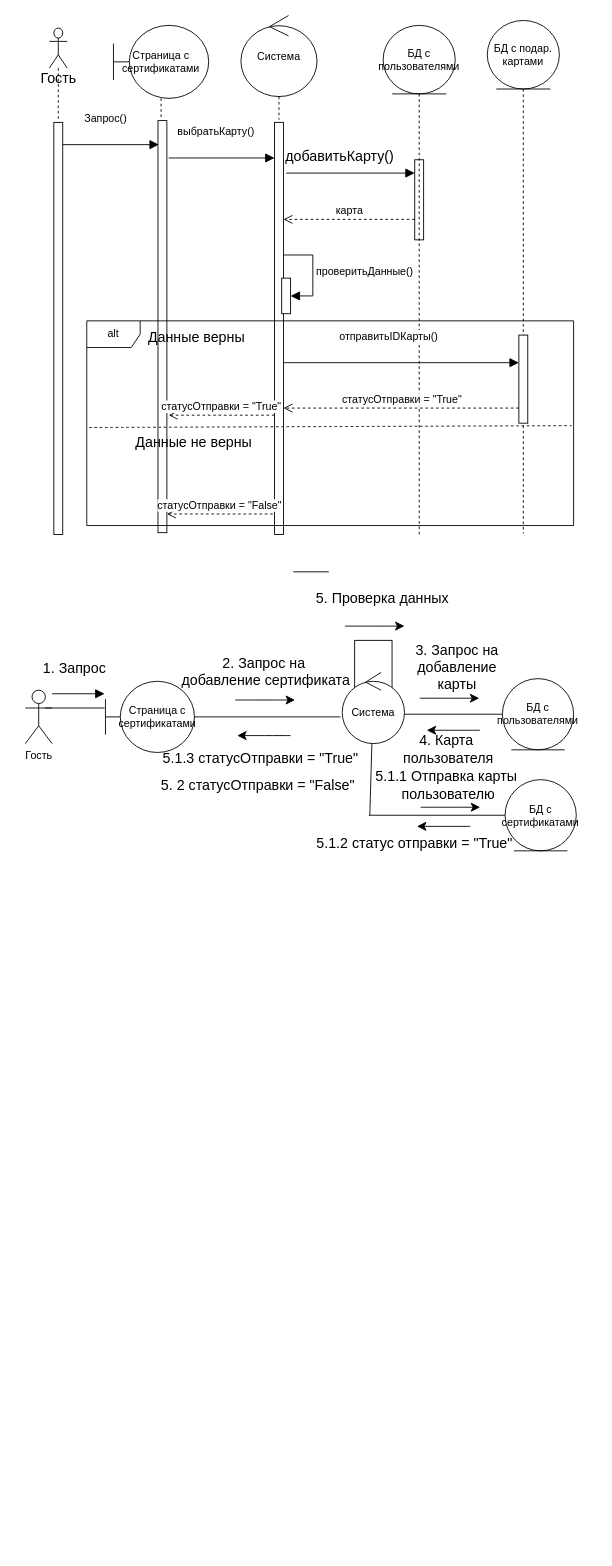
Above: Диаграмма практика 4.drawio in danaddi/draw.io (draw.io), before the change. Source tidied: cells renumbered, new cells numbered last; positions are measured from the earlier drawing's top-left corner, leaving out a move shared by most shapes. Both pictures are drawn from the tidied source at 89%, with x=0, y=0 at pixel (25, 15).
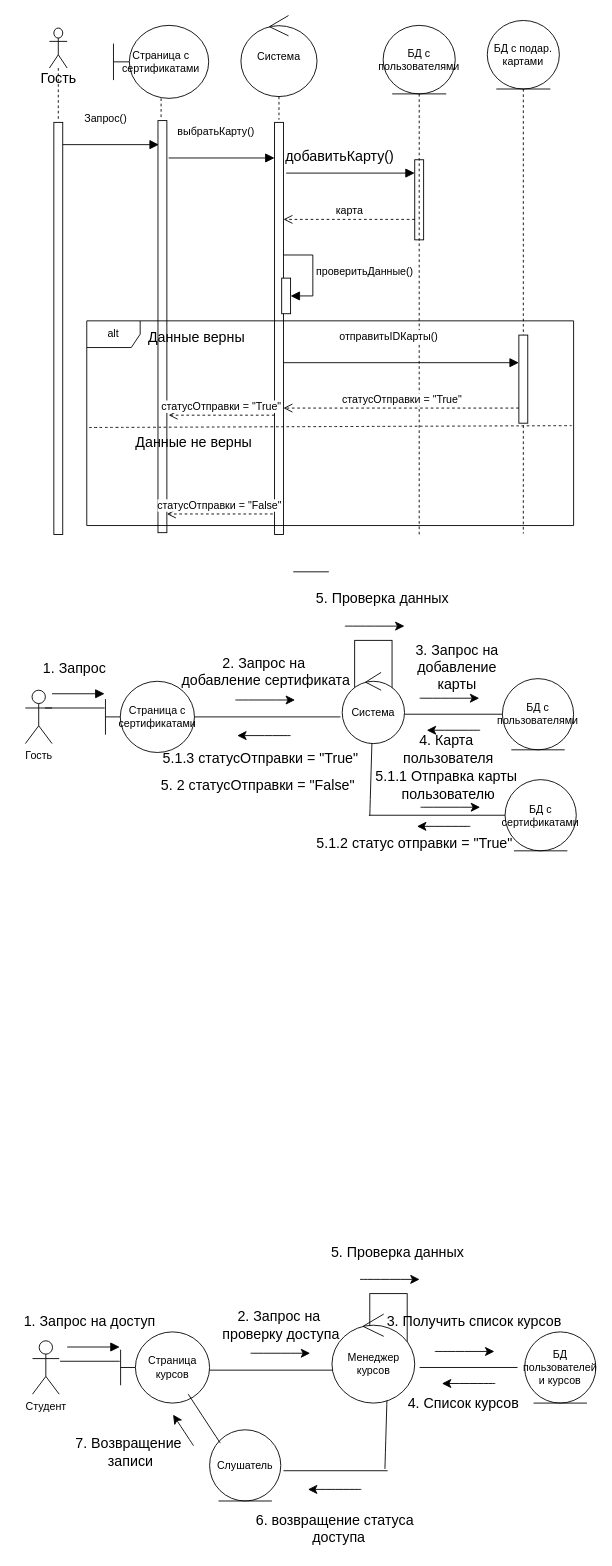
After the change.

The edit, as a diff of the source:
```diff
@@
+    <mxCell id="57" value="Студент" style="shape=umlActor;verticalLabelPosition=bottom;verticalAlign=top;html=1;" parent="1" vertex="1">
+      <mxGeometry x="8" y="1489" width="30" height="60" as="geometry" />
+    </mxCell>
+    <mxCell id="58" value="Страница курсов" style="shape=umlBoundary;whiteSpace=wrap;html=1;" parent="1" vertex="1">
+      <mxGeometry x="107" y="1479" width="100" height="80" as="geometry" />
+    </mxCell>
+    <mxCell id="59" value="Слушатель" style="ellipse;shape=umlEntity;whiteSpace=wrap;html=1;" parent="1" vertex="1">
+      <mxGeometry x="207" y="1589" width="80" height="80" as="geometry" />
+    </mxCell>
+    <mxCell id="60" value="БД пользователей и курсов" style="ellipse;shape=umlEntity;whiteSpace=wrap;html=1;" parent="1" vertex="1">
+      <mxGeometry x="561" y="1479" width="80" height="80" as="geometry" />
+    </mxCell>
+    <mxCell id="61" style="line;strokeWidth=1;fillColor=none;align=left;verticalAlign=middle;spacingTop=-1;spacingLeft=3;spacingRight=3;labelPosition=right;strokeColor=inherit;" parent="1" vertex="1">
+      <mxGeometry x="39" y="1508" width="67" height="8" as="geometry" />
+    </mxCell>
+    <mxCell id="62" style="html=1;verticalAlign=bottom;endArrow=block;curved=0;rounded=0;fontSize=12;startSize=8;endSize=8;" parent="1" edge="1">
+      <mxGeometry x="0.02" y="19" relative="1" as="geometry">
+        <mxPoint x="47" y="1496" as="sourcePoint" />
+        <mxPoint x="106" y="1496" as="targetPoint" />
+        <mxPoint x="1" as="offset" />
+      </mxGeometry>
+    </mxCell>
+    <mxCell id="63" style="line;strokeWidth=1;fillColor=none;align=left;verticalAlign=middle;spacingTop=-1;spacingLeft=3;spacingRight=3;labelPosition=right;strokeColor=inherit;" parent="1" vertex="1">
+      <mxGeometry x="207" y="1518" width="164" height="8" as="geometry" />
+    </mxCell>
+    <mxCell id="64" style="edgeStyle=none;orthogonalLoop=1;jettySize=auto;html=1;rounded=0;fontSize=12;startSize=8;endSize=8;curved=1;" parent="1" edge="1">
+      <mxGeometry relative="1" as="geometry">
+        <mxPoint x="253" y="1503" as="sourcePoint" />
+        <mxPoint x="320" y="1503" as="targetPoint" />
+      </mxGeometry>
+    </mxCell>
+    <mxCell id="65" value="2. Запрос на&amp;nbsp;&lt;div&gt;проверку доступа&lt;/div&gt;" style="text;html=1;align=center;verticalAlign=middle;strokeColor=none;fillColor=none;fontSize=16;" parent="1" vertex="1">
+      <mxGeometry x="212" y="1446" width="150" height="50" as="geometry" />
+    </mxCell>
+    <mxCell id="66" value="1. Запрос на доступ" style="text;html=1;align=center;verticalAlign=middle;strokeColor=none;fillColor=none;fontSize=16;" parent="1" vertex="1">
+      <mxGeometry x="-11" y="1451" width="166" height="31" as="geometry" />
+    </mxCell>
+    <mxCell id="67" style="rounded=0;whiteSpace=wrap;html=1;" parent="1" vertex="1">
+      <mxGeometry x="387" y="1436" width="42" height="60" as="geometry" />
+    </mxCell>
+    <mxCell id="68" style="edgeStyle=none;orthogonalLoop=1;jettySize=auto;html=1;rounded=0;fontSize=12;startSize=8;endSize=8;curved=1;" parent="1" edge="1">
+      <mxGeometry relative="1" as="geometry">
+        <mxPoint x="376" y="1420" as="sourcePoint" />
+        <mxPoint x="443" y="1420" as="targetPoint" />
+      </mxGeometry>
+    </mxCell>
+    <mxCell id="69" value="5. Проверка данных" style="text;html=1;align=center;verticalAlign=middle;strokeColor=none;fillColor=none;fontSize=16;" parent="1" vertex="1">
+      <mxGeometry x="334.5" y="1373.5" width="167" height="31" as="geometry" />
+    </mxCell>
+    <mxCell id="70" style="line;strokeWidth=1;fillColor=none;align=left;verticalAlign=middle;spacingTop=-1;spacingLeft=3;spacingRight=3;labelPosition=right;strokeColor=inherit;" parent="1" vertex="1">
+      <mxGeometry x="443" y="1515" width="110" height="8" as="geometry" />
+    </mxCell>
+    <mxCell id="71" style="edgeStyle=none;orthogonalLoop=1;jettySize=auto;html=1;rounded=0;fontSize=12;startSize=8;endSize=8;curved=1;" parent="1" edge="1">
+      <mxGeometry relative="1" as="geometry">
+        <mxPoint x="460" y="1501" as="sourcePoint" />
+        <mxPoint x="527" y="1501" as="targetPoint" />
+      </mxGeometry>
+    </mxCell>
+    <mxCell id="72" value="3. Получить список курсов" style="text;html=1;align=center;verticalAlign=middle;strokeColor=none;fillColor=none;fontSize=16;" parent="1" vertex="1">
+      <mxGeometry x="397" y="1451" width="214" height="31" as="geometry" />
+    </mxCell>
+    <mxCell id="73" style="edgeStyle=none;orthogonalLoop=1;jettySize=auto;html=1;rounded=0;fontSize=12;startSize=8;endSize=8;curved=1;" parent="1" edge="1">
+      <mxGeometry relative="1" as="geometry">
+        <mxPoint x="528" y="1537" as="sourcePoint" />
+        <mxPoint x="468" y="1537" as="targetPoint" />
+      </mxGeometry>
+    </mxCell>
+    <mxCell id="74" value="4. Список курсов" style="text;html=1;align=center;verticalAlign=middle;strokeColor=none;fillColor=none;fontSize=16;" parent="1" vertex="1">
+      <mxGeometry x="420" y="1543" width="143" height="31" as="geometry" />
+    </mxCell>
+    <mxCell id="75" style="line;strokeWidth=1;fillColor=none;align=left;verticalAlign=middle;spacingTop=-1;spacingLeft=3;spacingRight=3;labelPosition=right;strokeColor=inherit;" parent="1" vertex="1">
+      <mxGeometry x="290" y="1631" width="117" height="8" as="geometry" />
+    </mxCell>
+    <mxCell id="76" value="6. возвращение статуса&amp;nbsp;&amp;nbsp;&lt;div&gt;доступа&lt;/div&gt;" style="text;html=1;align=center;verticalAlign=middle;strokeColor=none;fillColor=none;fontSize=16;" parent="1" vertex="1">
+      <mxGeometry x="250" y="1675" width="204" height="50" as="geometry" />
+    </mxCell>
+    <mxCell id="77" style="edgeStyle=none;orthogonalLoop=1;jettySize=auto;html=1;rounded=0;fontSize=12;startSize=8;endSize=8;curved=1;" parent="1" edge="1">
+      <mxGeometry relative="1" as="geometry">
+        <mxPoint x="377.5" y="1656" as="sourcePoint" />
+        <mxPoint x="317.5" y="1656" as="targetPoint" />
+      </mxGeometry>
+    </mxCell>
+    <mxCell id="78" style="endArrow=classic;html=1;rounded=0;fontSize=12;startSize=8;endSize=8;curved=1;entryX=0.5;entryY=1;entryDx=0;entryDy=0;" parent="1" edge="1" target="67">
+      <mxGeometry relative="1" as="geometry">
+        <mxPoint x="404" y="1633" as="sourcePoint" />
+      </mxGeometry>
+    </mxCell>
+    <mxCell id="79" value="Менеджер курсов" style="ellipse;shape=umlControl;whiteSpace=wrap;html=1;" parent="1" vertex="1">
+      <mxGeometry x="344.5" y="1459" width="93" height="100" as="geometry" />
+    </mxCell>
+    <mxCell id="80" style="endArrow=none;html=1;rounded=0;fontSize=12;startSize=8;endSize=8;curved=1;" parent="1" edge="1">
+      <mxGeometry relative="1" as="geometry">
+        <mxPoint x="219" y="1604" as="sourcePoint" />
+        <mxPoint x="183" y="1549" as="targetPoint" />
+      </mxGeometry>
+    </mxCell>
+    <mxCell id="81" style="edgeStyle=none;orthogonalLoop=1;jettySize=auto;html=1;rounded=0;fontSize=12;startSize=8;endSize=8;curved=1;" parent="1" edge="1">
+      <mxGeometry relative="1" as="geometry">
+        <mxPoint x="189" y="1607" as="sourcePoint" />
+        <mxPoint x="166" y="1572" as="targetPoint" />
+      </mxGeometry>
+    </mxCell>
+    <mxCell id="82" value="7. Возвращение&amp;nbsp;&lt;div&gt;записи&lt;/div&gt;" style="text;html=1;align=center;verticalAlign=middle;strokeColor=none;fillColor=none;fontSize=16;" parent="1" vertex="1">
+      <mxGeometry x="47" y="1589" width="142" height="50" as="geometry" />
+    </mxCell>
```
